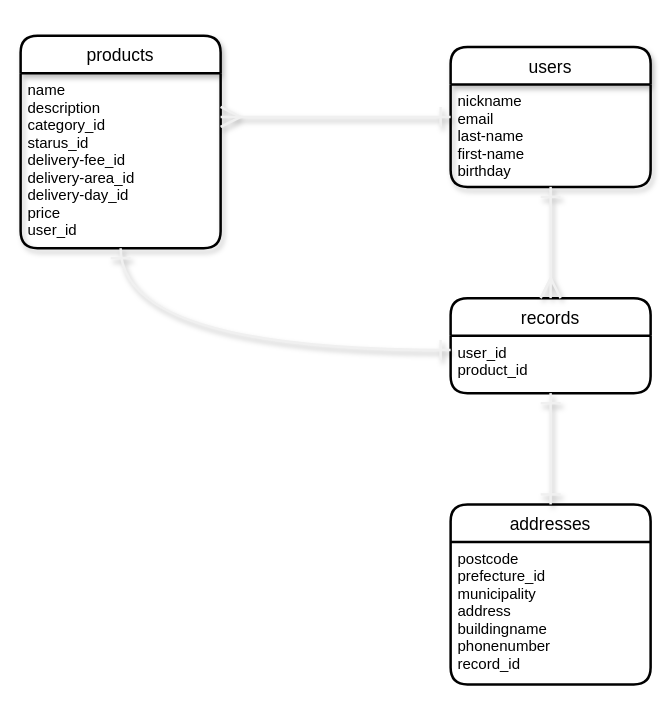
Before: er.dio in Naoya-Wizard/furima-34862, a draw.io diagram. Source tidied: cells renumbered, new cells numbered last; positions are measured from the earlier drawing's top-left corner, leaving out a move shared by most shapes. Both pictures are drawn from the tidied source at 125%, with x=0, y=0 at pixel (20, 35).
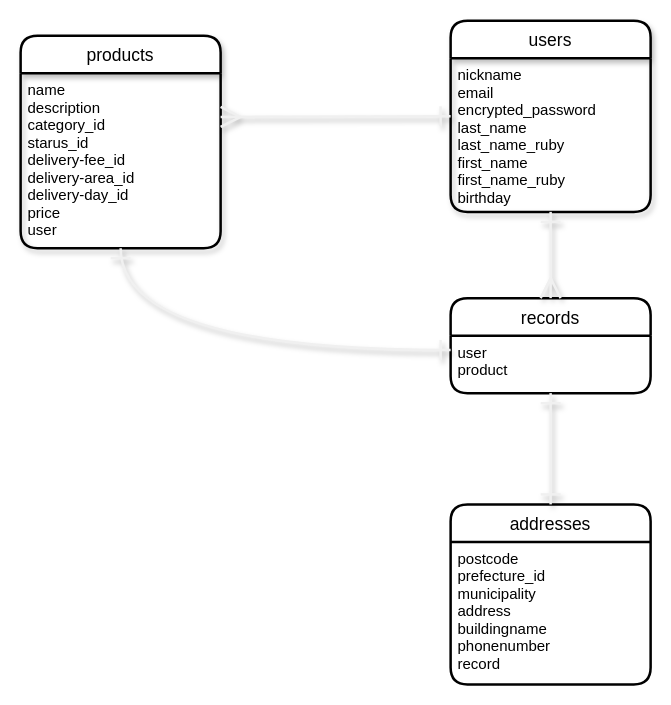
The same page after the edit.

Commit message (it also covers changes not shown here):
テーブルの洗い出し修正2

Change to the diagram source:
```diff
@@
 <mxGraphModel>
   <root>
     <mxCell id="0" />
     <mxCell id="1" parent="0" />
     <mxCell id="2" value="users" style="swimlane;horizontal=1;startSize=30;rounded=1;fontSize=14;fontStyle=0;strokeWidth=2;shadow=1;dashed=0;align=center;" parent="1" vertex="1">
-      <mxGeometry x="344" y="9" width="160" height="112" as="geometry" />
+      <mxGeometry x="344" y="-12" width="160" height="153" as="geometry" />
     </mxCell>
-    <mxCell id="3" value="nickname&#10;email&#10;last-name&#10;first-name&#10;birthday" style="align=left;strokeColor=none;fillColor=none;spacingLeft=4;fontSize=12;verticalAlign=top;" parent="2" vertex="1">
-      <mxGeometry y="30" width="160" height="82" as="geometry" />
+    <mxCell id="3" value="nickname&#10;email&#10;encrypted_password&#10;last_name&#10;last_name_ruby&#10;first_name&#10;first_name_ruby&#10;birthday" style="align=left;strokeColor=none;fillColor=none;spacingLeft=4;fontSize=12;verticalAlign=top;" parent="2" vertex="1">
+      <mxGeometry y="30" width="160" height="123" as="geometry" />
     </mxCell>
     <mxCell id="4" value="products" style="swimlane;horizontal=1;startSize=30;rounded=1;fontSize=14;fontStyle=0;strokeWidth=2;shadow=1;dashed=0;align=center;" parent="1" vertex="1">
       <mxGeometry width="160" height="170" as="geometry" />
     </mxCell>
-    <mxCell id="5" value="name&#10;description&#10;category_id&#10;starus_id&#10;delivery-fee_id&#10;delivery-area_id&#10;delivery-day_id&#10;price&#10;user_id" style="align=left;strokeColor=none;fillColor=none;spacingLeft=4;fontSize=12;verticalAlign=top;" parent="4" vertex="1">
+    <mxCell id="5" value="name&#10;description&#10;category_id&#10;starus_id&#10;delivery-fee_id&#10;delivery-area_id&#10;delivery-day_id&#10;price&#10;user" style="align=left;strokeColor=none;fillColor=none;spacingLeft=4;fontSize=12;verticalAlign=top;" parent="4" vertex="1">
       <mxGeometry y="30" width="160" height="140" as="geometry" />
     </mxCell>
     <mxCell id="6" value="addresses" style="swimlane;horizontal=1;startSize=30;rounded=1;fontSize=14;fontStyle=0;strokeWidth=2;shadow=0;dashed=0;align=center;" parent="1" vertex="1">
       <mxGeometry x="344" y="375" width="160" height="144" as="geometry" />
     </mxCell>
-    <mxCell id="7" value="postcode&#10;prefecture_id&#10;municipality&#10;address&#10;buildingname&#10;phonenumber&#10;record_id" style="align=left;strokeColor=none;fillColor=none;spacingLeft=4;fontSize=12;verticalAlign=top;" parent="6" vertex="1">
+    <mxCell id="7" value="postcode&#10;prefecture_id&#10;municipality&#10;address&#10;buildingname&#10;phonenumber&#10;record" style="align=left;strokeColor=none;fillColor=none;spacingLeft=4;fontSize=12;verticalAlign=top;" parent="6" vertex="1">
       <mxGeometry y="30" width="160" height="114" as="geometry" />
     </mxCell>
     <mxCell id="8" value="records" style="swimlane;horizontal=1;startSize=30;rounded=1;fontSize=14;fontStyle=0;strokeWidth=2;shadow=0;dashed=0;align=center;" parent="1" vertex="1">
       <mxGeometry x="344" y="210" width="160" height="76" as="geometry" />
     </mxCell>
-    <mxCell id="9" value="user_id&#10;product_id" style="align=left;strokeColor=none;fillColor=none;spacingLeft=4;fontSize=12;verticalAlign=top;" parent="8" vertex="1">
+    <mxCell id="9" value="user&#10;product" style="align=left;strokeColor=none;fillColor=none;spacingLeft=4;fontSize=12;verticalAlign=top;" parent="8" vertex="1">
       <mxGeometry y="30" width="160" height="46" as="geometry" />
     </mxCell>
     <mxCell id="10" style="edgeStyle=orthogonalEdgeStyle;curved=1;rounded=0;jettySize=auto;html=1;exitX=1;exitY=0.25;exitDx=0;exitDy=0;entryX=0;entryY=0.5;entryDx=0;entryDy=0;shadow=1;startArrow=ERmany;startFill=0;startSize=13;endArrow=ERone;endFill=0;endSize=13;targetPerimeterSpacing=0;strokeColor=#f0f0f0;strokeWidth=2;" parent="1" edge="1" source="5" target="2">
       <mxGeometry relative="1" as="geometry" />
     </mxCell>
     <mxCell id="11" style="edgeStyle=orthogonalEdgeStyle;curved=1;rounded=0;jettySize=auto;html=1;exitX=0.5;exitY=1;exitDx=0;exitDy=0;entryX=0.5;entryY=0;entryDx=0;entryDy=0;shadow=1;startArrow=ERone;startFill=0;startSize=13;endArrow=ERmany;endFill=0;endSize=13;targetPerimeterSpacing=0;strokeColor=#f0f0f0;strokeWidth=2;" parent="1" edge="1" source="3" target="8">
       <mxGeometry relative="1" as="geometry" />
     </mxCell>
     <mxCell id="12" style="edgeStyle=orthogonalEdgeStyle;curved=1;rounded=0;jettySize=auto;html=1;exitX=0.5;exitY=1;exitDx=0;exitDy=0;entryX=0.5;entryY=0;entryDx=0;entryDy=0;shadow=1;startArrow=ERone;startFill=0;startSize=13;endArrow=ERone;endFill=0;endSize=13;targetPerimeterSpacing=0;strokeColor=#f0f0f0;strokeWidth=2;" parent="1" edge="1" source="9" target="6">
       <mxGeometry relative="1" as="geometry" />
     </mxCell>
     <mxCell id="13" style="edgeStyle=orthogonalEdgeStyle;curved=1;rounded=0;jettySize=auto;html=1;exitX=0.5;exitY=1;exitDx=0;exitDy=0;entryX=0;entryY=0.25;entryDx=0;entryDy=0;shadow=1;startArrow=ERone;startFill=0;startSize=13;endArrow=ERone;endFill=0;endSize=13;targetPerimeterSpacing=0;strokeColor=#f0f0f0;strokeWidth=2;" parent="1" edge="1" source="5" target="9">
       <mxGeometry relative="1" as="geometry">
         <Array as="points">
           <mxPoint x="80" y="252" />
         </Array>
       </mxGeometry>
     </mxCell>
   </root>
 </mxGraphModel>
```
